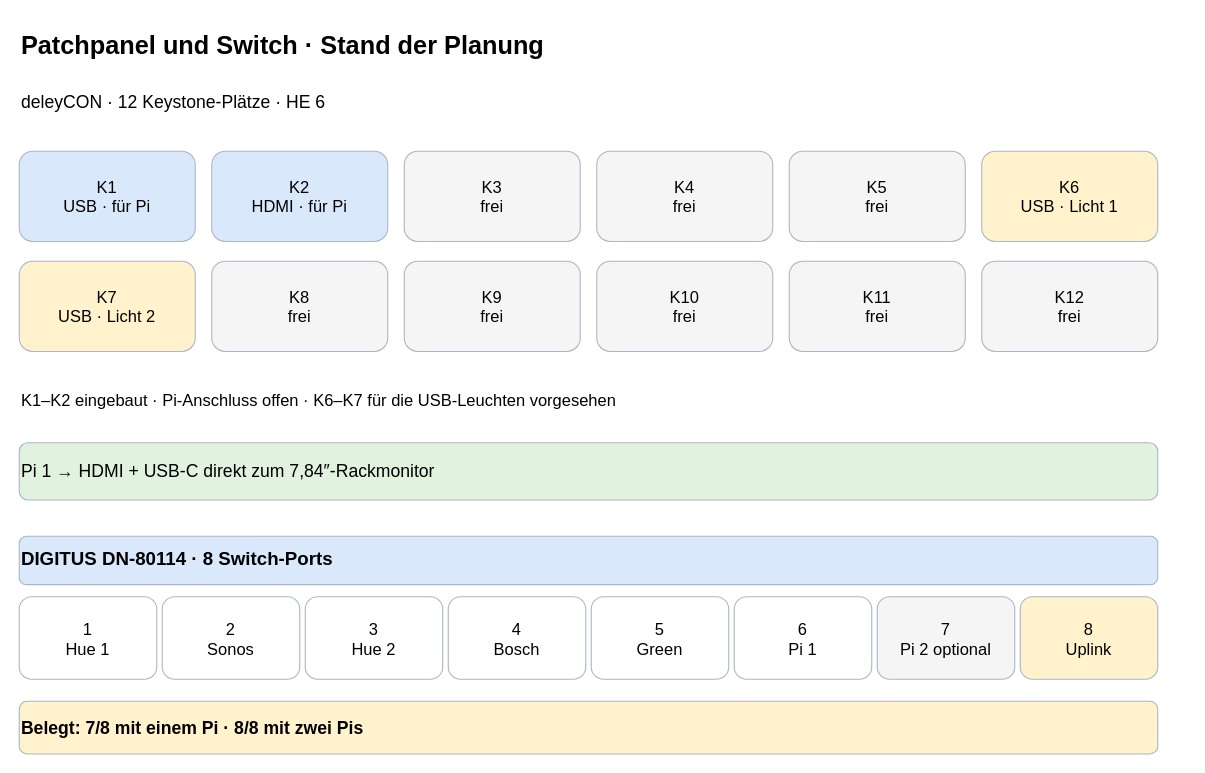
Before: page "Switch und Patchpanel" (5 of 5) of 10-zoll-rack-planung.drawio in tiptronic/diagrams, a draw.io diagram. Source tidied: cells renumbered, new cells numbered last; positions are measured from the earlier drawing's top-left corner, leaving out a move shared by most shapes. Both pictures are drawn from the tidied source at 110%, with x=0, y=0 at pixel (19, 19).
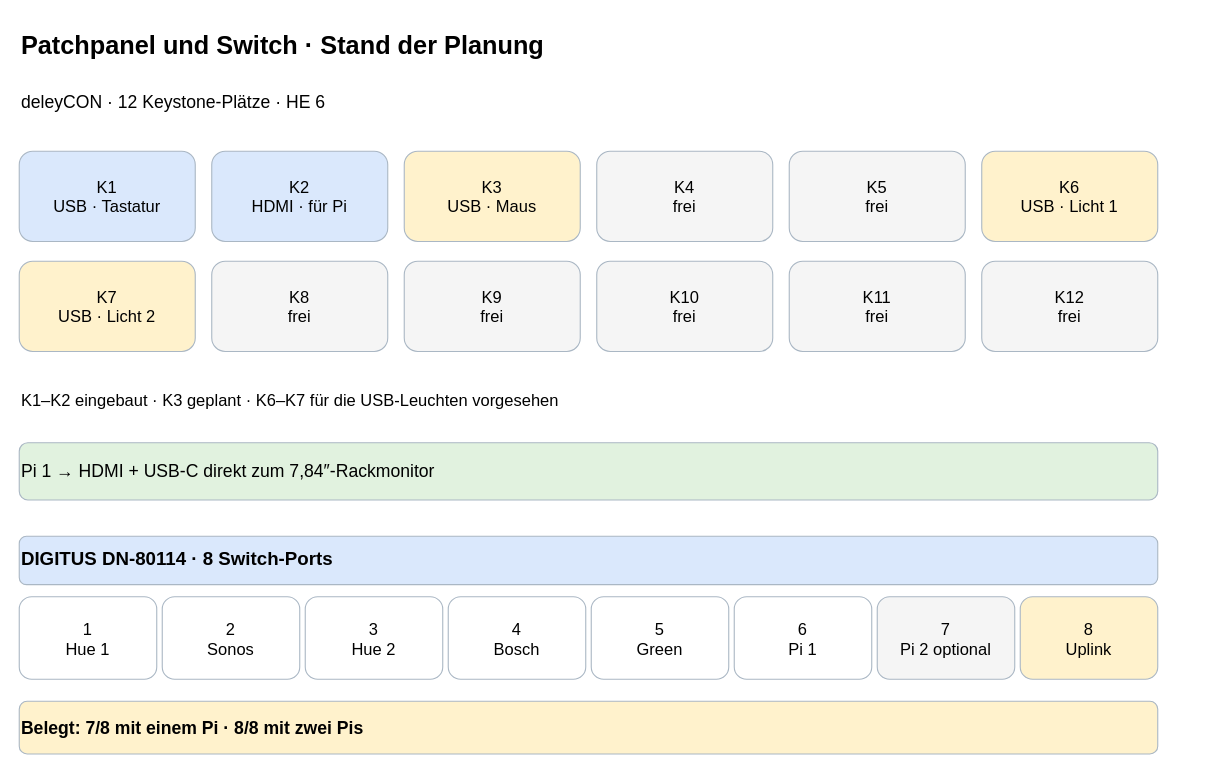
After the change.

Commit message:
Plan separate keyboard and mouse USB connections

Diff of the diagram source:
```diff
@@
-    <mxCell id="4" value="K1&#10;USB · für Pi" style="rounded=1;whiteSpace=wrap;html=1;align=center;verticalAlign=middle;strokeWidth=1;fontSize=15;fillColor=#dae8fc;strokeColor=#aab7c4;" parent="1" vertex="1">
+    <mxCell id="4" value="K1&#10;USB · Tastatur" style="rounded=1;whiteSpace=wrap;html=1;align=center;verticalAlign=middle;strokeWidth=1;fontSize=15;fillColor=#dae8fc;strokeColor=#aab7c4;" parent="1" vertex="1">
       <mxGeometry y="120" width="160" height="82" as="geometry" />
     </mxCell>
@@
-    <mxCell id="6" value="K3&#10;frei" style="rounded=1;whiteSpace=wrap;html=1;align=center;verticalAlign=middle;strokeWidth=1;fontSize=15;fillColor=#f5f5f5;strokeColor=#aab7c4;" parent="1" vertex="1">
+    <mxCell id="6" value="K3&#10;USB · Maus" style="rounded=1;whiteSpace=wrap;html=1;align=center;verticalAlign=middle;strokeWidth=1;fontSize=15;fillColor=#fff2cc;strokeColor=#aab7c4;" parent="1" vertex="1">
       <mxGeometry x="350" y="120" width="160" height="82" as="geometry" />
     </mxCell>
@@
-    <mxCell id="16" value="K1–K2 eingebaut · Pi-Anschluss offen · K6–K7 für die USB-Leuchten vorgesehen" style="rounded=1;whiteSpace=wrap;html=1;align=left;verticalAlign=middle;strokeWidth=1;fontSize=15;fillColor=#ffffff;strokeColor=#ffffff;" parent="1" vertex="1">
+    <mxCell id="16" value="K1–K2 eingebaut · K3 geplant · K6–K7 für die USB-Leuchten vorgesehen" style="rounded=1;whiteSpace=wrap;html=1;align=left;verticalAlign=middle;strokeWidth=1;fontSize=15;fillColor=#ffffff;strokeColor=#ffffff;" parent="1" vertex="1">
       <mxGeometry y="325" width="1035" height="42" as="geometry" />
     </mxCell>
```
